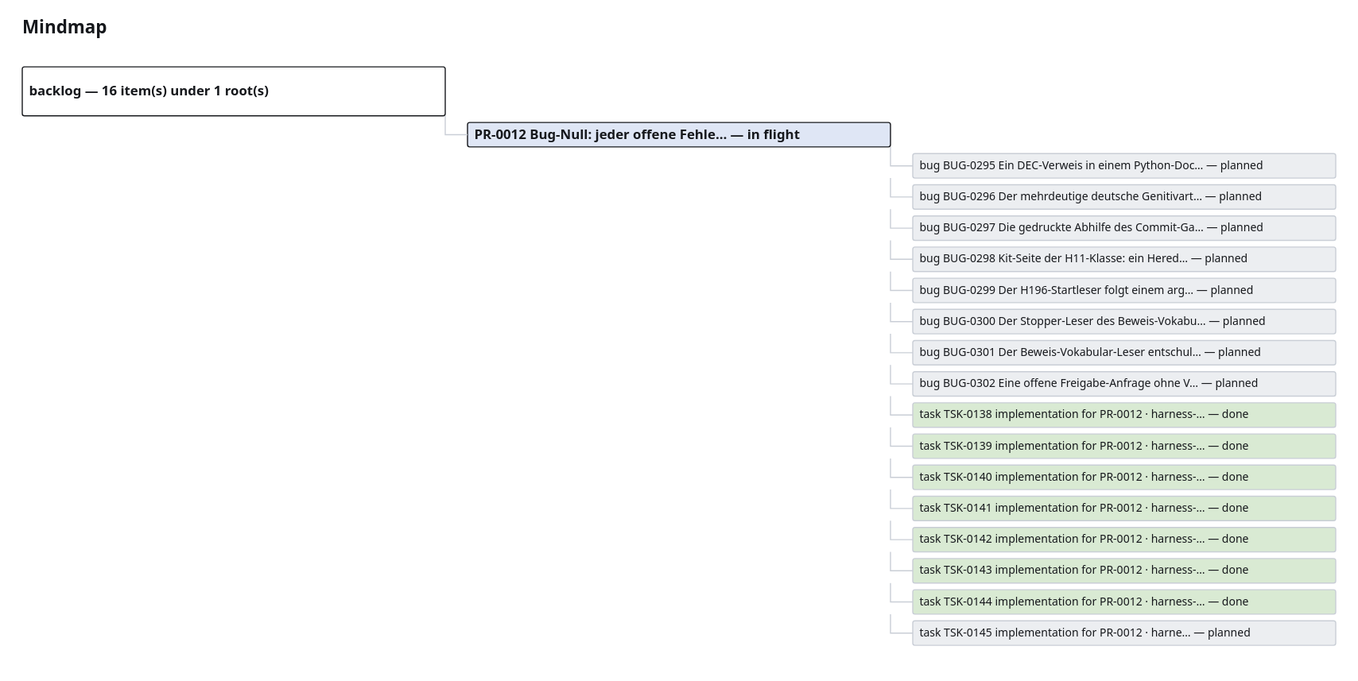
The draw.io diagram project_memory/generated/mindmap.drawio.svg in GiaZenX/harness, before a commit. Source tidied: cells renumbered, new cells last; positions are measured from the earlier drawing's top-left corner, leaving out a move shared by most shapes.
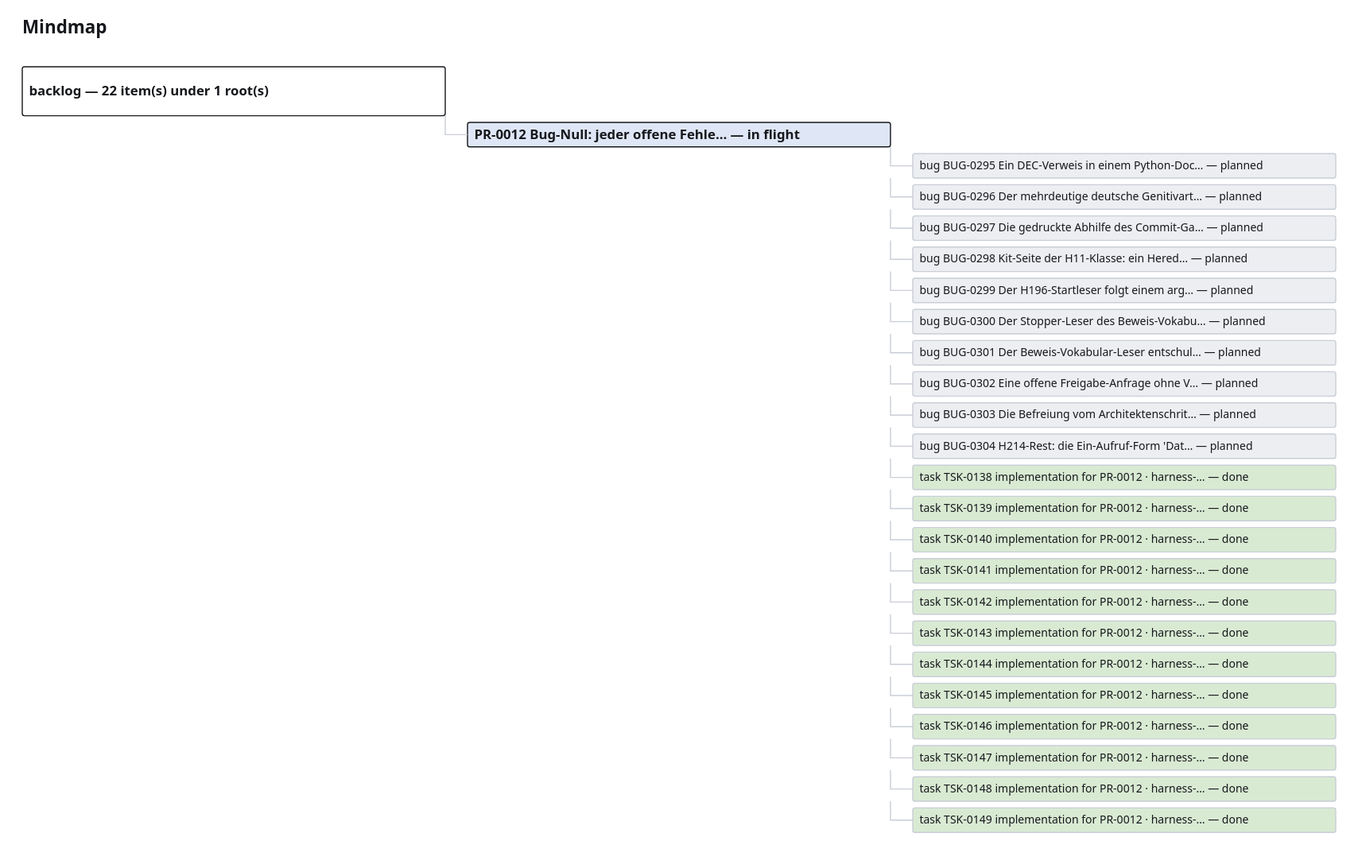
Later version of the same file.

Diff of the diagram source:
```diff
@@ -5,7 +5,7 @@
     <mxCell id="2" value="Mindmap" style="text;html=1;fontSize=16;fontStyle=1;" parent="1" vertex="1">
       <mxGeometry width="300" height="20" as="geometry" />
     </mxCell>
-    <mxCell id="3" value="backlog — 16 item(s) under 1 root(s)" style="rounded=1;whiteSpace=wrap;html=1;fillColor=#ffffff;strokeColor=#16181c;fontSize=12;fontStyle=1;" parent="1" vertex="1">
+    <mxCell id="3" value="backlog — 22 item(s) under 1 root(s)" style="rounded=1;whiteSpace=wrap;html=1;fillColor=#ffffff;strokeColor=#16181c;fontSize=12;fontStyle=1;" parent="1" vertex="1">
       <mxGeometry y="44" width="380" height="44" as="geometry" />
     </mxCell>
     <mxCell id="4" value="PR-0012 Bug-Null: jeder offene Fehle… — in flight" style="rounded=1;whiteSpace=wrap;html=1;fillColor=#dfe6f5;strokeColor=#16181c;fontSize=12;fontStyle=1;" parent="1" vertex="1">
@@ -62,53 +62,89 @@
     <mxCell id="21" style="edgeStyle=orthogonalEdgeStyle;endArrow=none;strokeColor=#c9ced6;" parent="1" edge="1" source="4" target="20">
       <mxGeometry relative="1" as="geometry" />
     </mxCell>
-    <mxCell id="22" value="task TSK-0138 implementation for PR-0012 · harness-… — done" style="rounded=1;whiteSpace=wrap;html=1;fillColor=#d9ead3;strokeColor=#c9ced6;fontSize=10;" parent="1" vertex="1">
+    <mxCell id="22" value="bug BUG-0303 Die Befreiung vom Architektenschrit… — planned" style="rounded=1;whiteSpace=wrap;html=1;fillColor=#eceef1;strokeColor=#c9ced6;fontSize=10;" parent="1" vertex="1">
       <mxGeometry x="800" y="346" width="380" height="22" as="geometry" />
     </mxCell>
     <mxCell id="23" style="edgeStyle=orthogonalEdgeStyle;endArrow=none;strokeColor=#c9ced6;" parent="1" edge="1" source="4" target="22">
       <mxGeometry relative="1" as="geometry" />
     </mxCell>
-    <mxCell id="24" value="task TSK-0139 implementation for PR-0012 · harness-… — done" style="rounded=1;whiteSpace=wrap;html=1;fillColor=#d9ead3;strokeColor=#c9ced6;fontSize=10;" parent="1" vertex="1">
+    <mxCell id="24" value="bug BUG-0304 H214-Rest: die Ein-Aufruf-Form 'Dat… — planned" style="rounded=1;whiteSpace=wrap;html=1;fillColor=#eceef1;strokeColor=#c9ced6;fontSize=10;" parent="1" vertex="1">
       <mxGeometry x="800" y="374" width="380" height="22" as="geometry" />
     </mxCell>
     <mxCell id="25" style="edgeStyle=orthogonalEdgeStyle;endArrow=none;strokeColor=#c9ced6;" parent="1" edge="1" source="4" target="24">
       <mxGeometry relative="1" as="geometry" />
     </mxCell>
-    <mxCell id="26" value="task TSK-0140 implementation for PR-0012 · harness-… — done" style="rounded=1;whiteSpace=wrap;html=1;fillColor=#d9ead3;strokeColor=#c9ced6;fontSize=10;" parent="1" vertex="1">
+    <mxCell id="26" value="task TSK-0138 implementation for PR-0012 · harness-… — done" style="rounded=1;whiteSpace=wrap;html=1;fillColor=#d9ead3;strokeColor=#c9ced6;fontSize=10;" parent="1" vertex="1">
       <mxGeometry x="800" y="402" width="380" height="22" as="geometry" />
     </mxCell>
     <mxCell id="27" style="edgeStyle=orthogonalEdgeStyle;endArrow=none;strokeColor=#c9ced6;" parent="1" edge="1" source="4" target="26">
       <mxGeometry relative="1" as="geometry" />
     </mxCell>
-    <mxCell id="28" value="task TSK-0141 implementation for PR-0012 · harness-… — done" style="rounded=1;whiteSpace=wrap;html=1;fillColor=#d9ead3;strokeColor=#c9ced6;fontSize=10;" parent="1" vertex="1">
+    <mxCell id="28" value="task TSK-0139 implementation for PR-0012 · harness-… — done" style="rounded=1;whiteSpace=wrap;html=1;fillColor=#d9ead3;strokeColor=#c9ced6;fontSize=10;" parent="1" vertex="1">
       <mxGeometry x="800" y="430" width="380" height="22" as="geometry" />
     </mxCell>
     <mxCell id="29" style="edgeStyle=orthogonalEdgeStyle;endArrow=none;strokeColor=#c9ced6;" parent="1" edge="1" source="4" target="28">
       <mxGeometry relative="1" as="geometry" />
     </mxCell>
-    <mxCell id="30" value="task TSK-0142 implementation for PR-0012 · harness-… — done" style="rounded=1;whiteSpace=wrap;html=1;fillColor=#d9ead3;strokeColor=#c9ced6;fontSize=10;" parent="1" vertex="1">
+    <mxCell id="30" value="task TSK-0140 implementation for PR-0012 · harness-… — done" style="rounded=1;whiteSpace=wrap;html=1;fillColor=#d9ead3;strokeColor=#c9ced6;fontSize=10;" parent="1" vertex="1">
       <mxGeometry x="800" y="458" width="380" height="22" as="geometry" />
     </mxCell>
     <mxCell id="31" style="edgeStyle=orthogonalEdgeStyle;endArrow=none;strokeColor=#c9ced6;" parent="1" edge="1" source="4" target="30">
       <mxGeometry relative="1" as="geometry" />
     </mxCell>
-    <mxCell id="32" value="task TSK-0143 implementation for PR-0012 · harness-… — done" style="rounded=1;whiteSpace=wrap;html=1;fillColor=#d9ead3;strokeColor=#c9ced6;fontSize=10;" parent="1" vertex="1">
+    <mxCell id="32" value="task TSK-0141 implementation for PR-0012 · harness-… — done" style="rounded=1;whiteSpace=wrap;html=1;fillColor=#d9ead3;strokeColor=#c9ced6;fontSize=10;" parent="1" vertex="1">
       <mxGeometry x="800" y="486" width="380" height="22" as="geometry" />
     </mxCell>
     <mxCell id="33" style="edgeStyle=orthogonalEdgeStyle;endArrow=none;strokeColor=#c9ced6;" parent="1" edge="1" source="4" target="32">
       <mxGeometry relative="1" as="geometry" />
     </mxCell>
-    <mxCell id="34" value="task TSK-0144 implementation for PR-0012 · harness-… — done" style="rounded=1;whiteSpace=wrap;html=1;fillColor=#d9ead3;strokeColor=#c9ced6;fontSize=10;" parent="1" vertex="1">
+    <mxCell id="34" value="task TSK-0142 implementation for PR-0012 · harness-… — done" style="rounded=1;whiteSpace=wrap;html=1;fillColor=#d9ead3;strokeColor=#c9ced6;fontSize=10;" parent="1" vertex="1">
       <mxGeometry x="800" y="514" width="380" height="22" as="geometry" />
     </mxCell>
     <mxCell id="35" style="edgeStyle=orthogonalEdgeStyle;endArrow=none;strokeColor=#c9ced6;" parent="1" edge="1" source="4" target="34">
       <mxGeometry relative="1" as="geometry" />
     </mxCell>
-    <mxCell id="36" value="task TSK-0145 implementation for PR-0012 · harne… — planned" style="rounded=1;whiteSpace=wrap;html=1;fillColor=#eceef1;strokeColor=#c9ced6;fontSize=10;" parent="1" vertex="1">
+    <mxCell id="36" value="task TSK-0143 implementation for PR-0012 · harness-… — done" style="rounded=1;whiteSpace=wrap;html=1;fillColor=#d9ead3;strokeColor=#c9ced6;fontSize=10;" parent="1" vertex="1">
       <mxGeometry x="800" y="542" width="380" height="22" as="geometry" />
     </mxCell>
     <mxCell id="37" style="edgeStyle=orthogonalEdgeStyle;endArrow=none;strokeColor=#c9ced6;" parent="1" edge="1" source="4" target="36">
       <mxGeometry relative="1" as="geometry" />
     </mxCell>
+    <mxCell id="38" value="task TSK-0144 implementation for PR-0012 · harness-… — done" style="rounded=1;whiteSpace=wrap;html=1;fillColor=#d9ead3;strokeColor=#c9ced6;fontSize=10;" parent="1" vertex="1">
+      <mxGeometry x="800" y="570" width="380" height="22" as="geometry" />
+    </mxCell>
+    <mxCell id="39" style="edgeStyle=orthogonalEdgeStyle;endArrow=none;strokeColor=#c9ced6;" parent="1" edge="1" source="4" target="38">
+      <mxGeometry relative="1" as="geometry" />
+    </mxCell>
+    <mxCell id="40" value="task TSK-0145 implementation for PR-0012 · harness-… — done" style="rounded=1;whiteSpace=wrap;html=1;fillColor=#d9ead3;strokeColor=#c9ced6;fontSize=10;" parent="1" vertex="1">
+      <mxGeometry x="800" y="598" width="380" height="22" as="geometry" />
+    </mxCell>
+    <mxCell id="41" style="edgeStyle=orthogonalEdgeStyle;endArrow=none;strokeColor=#c9ced6;" parent="1" edge="1" source="4" target="40">
+      <mxGeometry relative="1" as="geometry" />
+    </mxCell>
+    <mxCell id="42" value="task TSK-0146 implementation for PR-0012 · harness-… — done" style="rounded=1;whiteSpace=wrap;html=1;fillColor=#d9ead3;strokeColor=#c9ced6;fontSize=10;" parent="1" vertex="1">
+      <mxGeometry x="800" y="626" width="380" height="22" as="geometry" />
+    </mxCell>
+    <mxCell id="43" style="edgeStyle=orthogonalEdgeStyle;endArrow=none;strokeColor=#c9ced6;" parent="1" edge="1" source="4" target="42">
+      <mxGeometry relative="1" as="geometry" />
+    </mxCell>
+    <mxCell id="44" value="task TSK-0147 implementation for PR-0012 · harness-… — done" style="rounded=1;whiteSpace=wrap;html=1;fillColor=#d9ead3;strokeColor=#c9ced6;fontSize=10;" parent="1" vertex="1">
+      <mxGeometry x="800" y="654" width="380" height="22" as="geometry" />
+    </mxCell>
+    <mxCell id="45" style="edgeStyle=orthogonalEdgeStyle;endArrow=none;strokeColor=#c9ced6;" parent="1" edge="1" source="4" target="44">
+      <mxGeometry relative="1" as="geometry" />
+    </mxCell>
+    <mxCell id="46" value="task TSK-0148 implementation for PR-0012 · harness-… — done" style="rounded=1;whiteSpace=wrap;html=1;fillColor=#d9ead3;strokeColor=#c9ced6;fontSize=10;" parent="1" vertex="1">
+      <mxGeometry x="800" y="682" width="380" height="22" as="geometry" />
+    </mxCell>
+    <mxCell id="47" style="edgeStyle=orthogonalEdgeStyle;endArrow=none;strokeColor=#c9ced6;" parent="1" edge="1" source="4" target="46">
+      <mxGeometry relative="1" as="geometry" />
+    </mxCell>
+    <mxCell id="48" value="task TSK-0149 implementation for PR-0012 · harness-… — done" style="rounded=1;whiteSpace=wrap;html=1;fillColor=#d9ead3;strokeColor=#c9ced6;fontSize=10;" parent="1" vertex="1">
+      <mxGeometry x="800" y="710" width="380" height="22" as="geometry" />
+    </mxCell>
+    <mxCell id="49" style="edgeStyle=orthogonalEdgeStyle;endArrow=none;strokeColor=#c9ced6;" parent="1" edge="1" source="4" target="48">
+      <mxGeometry relative="1" as="geometry" />
+    </mxCell>
   </root>
 </mxGraphModel>
```
